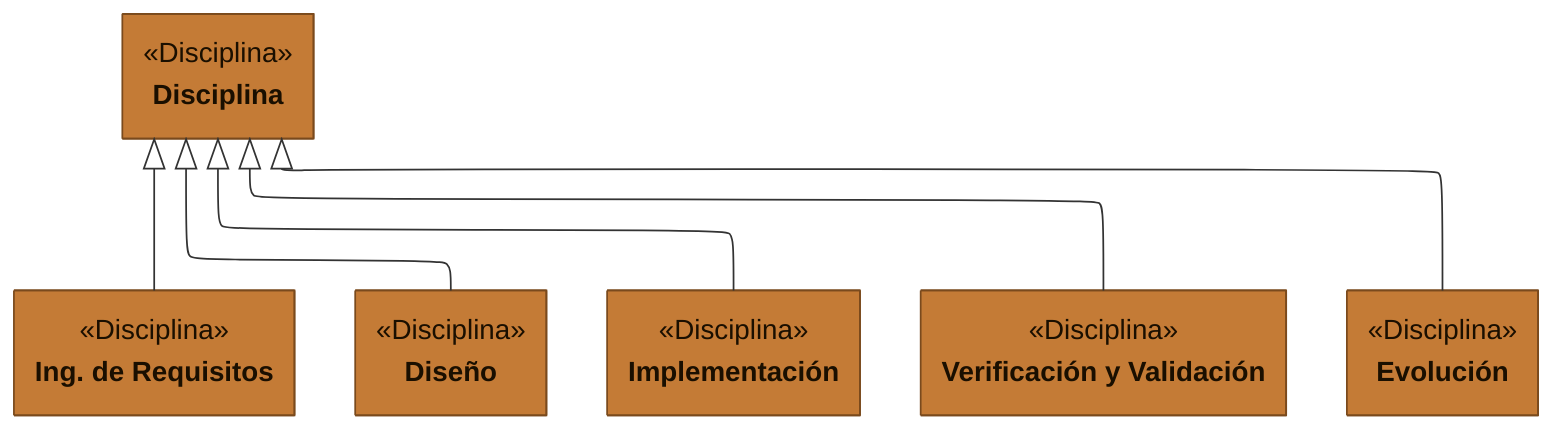
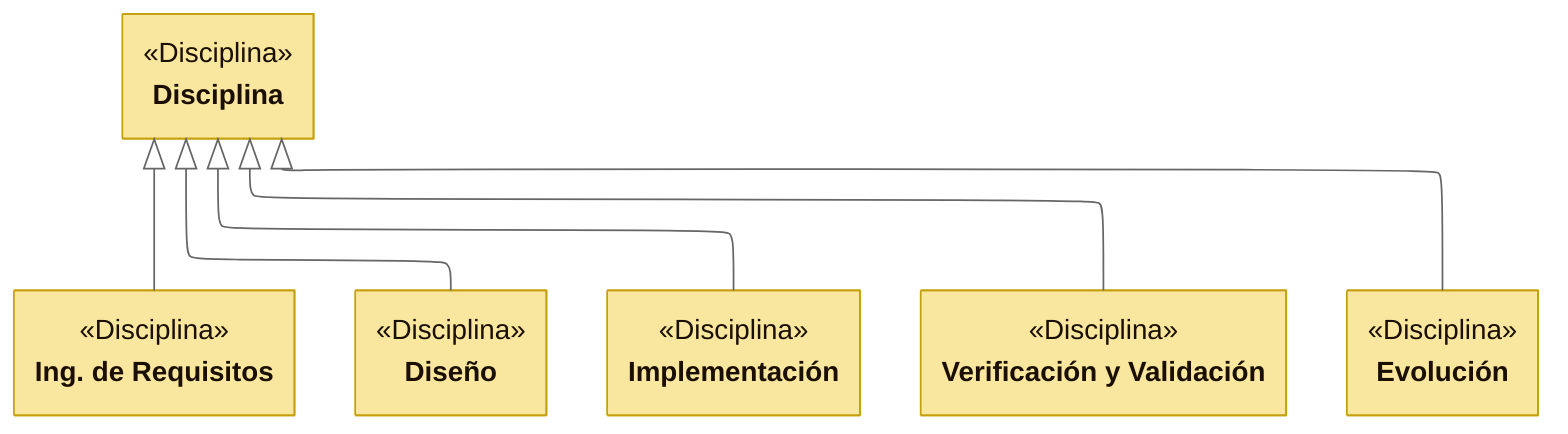
---
config:
    layout: elk
    class:
        hideEmptyMembersBox: true
+     theme: neutral
---
classDiagram

class Disciplina["Disciplina"]:::disciplina {
    <<Disciplina>>
}
class DRequerimientos["Ing. de Requisitos"]:::disciplina {
    <<Disciplina>>
}
class DDiseno["Diseño"]:::disciplina {
    <<Disciplina>>
}
class DImplementacion["Implementación"]:::disciplina {
    <<Disciplina>>
}
class DVerificacion["Verificación y Validación"]:::disciplina {
    <<Disciplina>>
}
class DEvolucion["Evolución"]:::disciplina {
    <<Disciplina>>
}

Disciplina <|-- DRequerimientos
Disciplina <|-- DDiseno
Disciplina <|-- DImplementacion
Disciplina <|-- DVerificacion
Disciplina <|-- DEvolucion

- classDef disciplina fill:#c47b36,stroke:#7a4a1d,color:#1a0f00+ classDef disciplina fill:#F9E79F,stroke:#C5A00D,color:#1a0f00